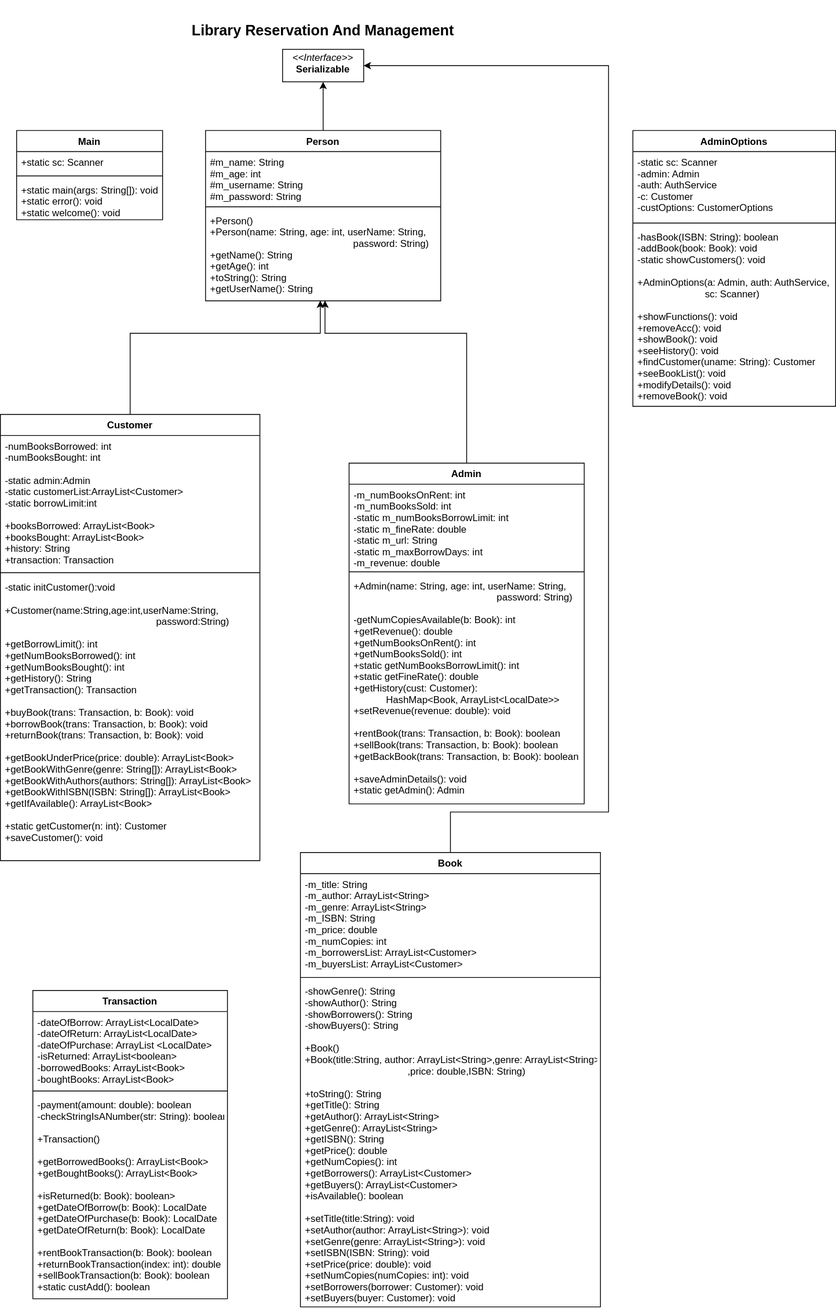
adarsh-kishore786/IT-Project keeps this draw.io diagram as Library/control-flows/Library.svg. Above is the earlier version. Source tidied: cells renumbered, new cells last; positions are measured from the earlier drawing's top-left corner, leaving out a move shared by most shapes.
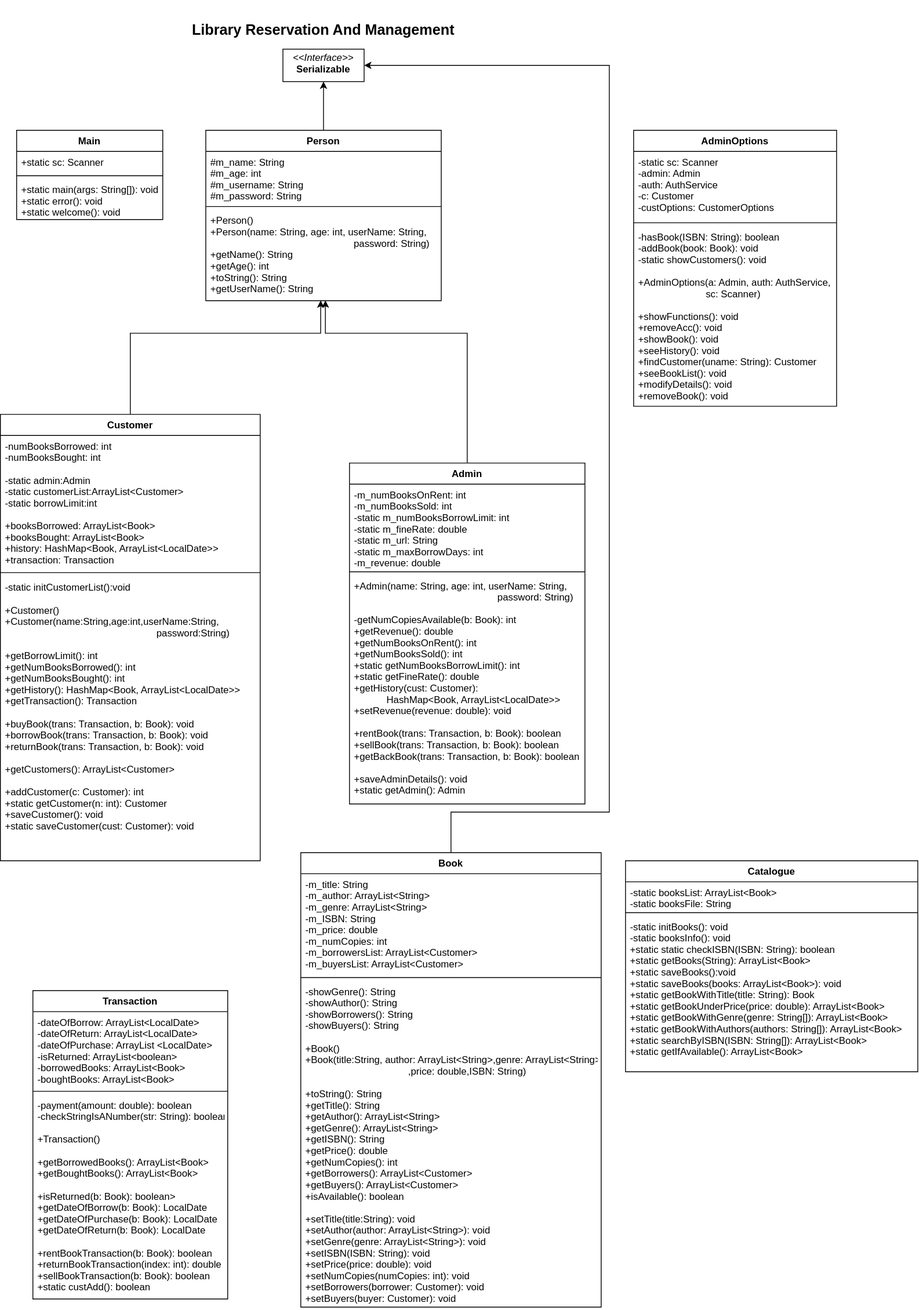
After the change.

What changed in the source:
```diff
@@ -28,13 +28,13 @@
     <mxCell id="8" value="Customer" style="swimlane;fontStyle=1;align=center;verticalAlign=top;horizontal=1;startSize=26;" parent="1" vertex="1">
       <mxGeometry y="510" width="320" height="550" as="geometry" />
     </mxCell>
-    <mxCell id="9" value="-numBooksBorrowed: int&#10;-numBooksBought: int&#10;&#10;-static admin:Admin&#10;-static customerList:ArrayList&lt;Customer&gt;&#10;-static borrowLimit:int&#10;&#10;+booksBorrowed: ArrayList&lt;Book&gt;&#10;+booksBought: ArrayList&lt;Book&gt;&#10;+history: String&#10;+transaction: Transaction&#10;&#10;" style="text;strokeColor=none;fillColor=none;align=left;verticalAlign=top;spacingLeft=4;spacingRight=4;overflow=hidden;" parent="8" vertex="1">
+    <mxCell id="9" value="-numBooksBorrowed: int&#10;-numBooksBought: int&#10;&#10;-static admin:Admin&#10;-static customerList:ArrayList&lt;Customer&gt;&#10;-static borrowLimit:int&#10;&#10;+booksBorrowed: ArrayList&lt;Book&gt;&#10;+booksBought: ArrayList&lt;Book&gt;&#10;+history: HashMap&lt;Book, ArrayList&lt;LocalDate&gt;&gt;&#10;+transaction: Transaction&#10;&#10;" style="text;strokeColor=none;fillColor=none;align=left;verticalAlign=top;spacingLeft=4;spacingRight=4;overflow=hidden;" parent="8" vertex="1">
       <mxGeometry y="26" width="320" height="164" as="geometry" />
     </mxCell>
     <mxCell id="10" style="line;strokeWidth=1;fillColor=none;align=left;verticalAlign=middle;spacingTop=-1;spacingLeft=3;spacingRight=3;labelPosition=right;" parent="8" vertex="1">
       <mxGeometry y="190" width="320" height="10" as="geometry" />
     </mxCell>
-    <mxCell id="11" value="-static initCustomer():void&#10;&#10;+Customer(name:String,age:int,userName:String,&#10;                                                        password:String)&#10;&#10;+getBorrowLimit(): int&#10;+getNumBooksBorrowed(): int&#10;+getNumBooksBought(): int&#10;+getHistory(): String&#10;+getTransaction(): Transaction&#10;&#10;+buyBook(trans: Transaction, b: Book): void&#10;+borrowBook(trans: Transaction, b: Book): void&#10;+returnBook(trans: Transaction, b: Book): void&#10;&#10;+getBookUnderPrice(price: double): ArrayList&lt;Book&gt;&#10;+getBookWithGenre(genre: String[]): ArrayList&lt;Book&gt;&#10;+getBookWithAuthors(authors: String[]): ArrayList&lt;Book&gt;&#10;+getBookWithISBN(ISBN: String[]): ArrayList&lt;Book&gt;&#10;+getIfAvailable(): ArrayList&lt;Book&gt;&#10;&#10;+static getCustomer(n: int): Customer&#10;+saveCustomer(): void" style="text;strokeColor=none;fillColor=none;align=left;verticalAlign=top;spacingLeft=4;spacingRight=4;overflow=hidden;" parent="8" vertex="1">
+    <mxCell id="11" value="-static initCustomerList():void&#10;&#10;+Customer()&#10;+Customer(name:String,age:int,userName:String,&#10;                                                        password:String)&#10;&#10;+getBorrowLimit(): int&#10;+getNumBooksBorrowed(): int&#10;+getNumBooksBought(): int&#10;+getHistory(): HashMap&lt;Book, ArrayList&lt;LocalDate&gt;&gt;&#10;+getTransaction(): Transaction&#10;&#10;+buyBook(trans: Transaction, b: Book): void&#10;+borrowBook(trans: Transaction, b: Book): void&#10;+returnBook(trans: Transaction, b: Book): void&#10;&#10;+getCustomers(): ArrayList&lt;Customer&gt;&#10;&#10;+addCustomer(c: Customer): int&#10;+static getCustomer(n: int): Customer&#10;+saveCustomer(): void&#10;+static saveCustomer(cust: Customer): void" style="text;strokeColor=none;fillColor=none;align=left;verticalAlign=top;spacingLeft=4;spacingRight=4;overflow=hidden;" parent="8" vertex="1">
       <mxGeometry y="200" width="320" height="350" as="geometry" />
     </mxCell>
     <mxCell id="12" style="edgeStyle=orthogonalEdgeStyle;rounded=0;jettySize=auto;html=1;exitX=0.5;exitY=0;exitDx=0;exitDy=0;entryX=0.508;entryY=0.997;entryDx=0;entryDy=0;entryPerimeter=0;" parent="1" edge="1" source="13" target="6">
@@ -120,5 +120,17 @@
     <mxCell id="35" value="-hasBook(ISBN: String): boolean&#10;-addBook(book: Book): void&#10;-static showCustomers(): void&#10;&#10;+AdminOptions(a: Admin, auth: AuthService, &#10;                          sc: Scanner)&#10;&#10;+showFunctions(): void&#10;+removeAcc(): void&#10;+showBook(): void&#10;+seeHistory(): void&#10;+findCustomer(uname: String): Customer&#10;+seeBookList(): void&#10;+modifyDetails(): void&#10;+removeBook(): void    " style="text;strokeColor=none;fillColor=none;align=left;verticalAlign=top;spacingLeft=4;spacingRight=4;overflow=hidden;" parent="32" vertex="1">
       <mxGeometry y="118" width="250" height="222" as="geometry" />
     </mxCell>
+    <mxCell id="36" value="Catalogue" style="swimlane;fontStyle=1;align=center;verticalAlign=top;horizontal=1;startSize=26;" parent="1" vertex="1">
+      <mxGeometry x="770" y="1060" width="360" height="260" as="geometry" />
+    </mxCell>
+    <mxCell id="37" value="-static booksList: ArrayList&lt;Book&gt;&#10;-static booksFile: String" style="text;strokeColor=none;fillColor=none;align=left;verticalAlign=top;spacingLeft=4;spacingRight=4;overflow=hidden;" parent="36" vertex="1">
+      <mxGeometry y="26" width="360" height="34" as="geometry" />
+    </mxCell>
+    <mxCell id="38" style="line;strokeWidth=1;fillColor=none;align=left;verticalAlign=middle;spacingTop=-1;spacingLeft=3;spacingRight=3;labelPosition=right;" parent="36" vertex="1">
+      <mxGeometry y="60" width="360" height="8" as="geometry" />
+    </mxCell>
+    <mxCell id="39" value="-static initBooks(): void&#10;-static booksInfo(): void&#10;+static static checkISBN(ISBN: String): boolean&#10;+static getBooks(String): ArrayList&lt;Book&gt;&#10;+static saveBooks():void&#10;+static saveBooks(books: ArrayList&lt;Book&gt;): void&#10;+static getBookWithTitle(title: String): Book&#10;+static getBookUnderPrice(price: double): ArrayList&lt;Book&gt;&#10;+static getBookWithGenre(genre: String[]): ArrayList&lt;Book&gt;&#10;+static getBookWithAuthors(authors: String[]): ArrayList&lt;Book&gt;&#10;+static searchByISBN(ISBN: String[]): ArrayList&lt;Book&gt;&#10;+static getIfAvailable(): ArrayList&lt;Book&gt;&#10;&#10;" style="text;strokeColor=none;fillColor=none;align=left;verticalAlign=top;spacingLeft=4;spacingRight=4;overflow=hidden;" parent="36" vertex="1">
+      <mxGeometry y="68" width="360" height="192" as="geometry" />
+    </mxCell>
   </root>
 </mxGraphModel>
```
